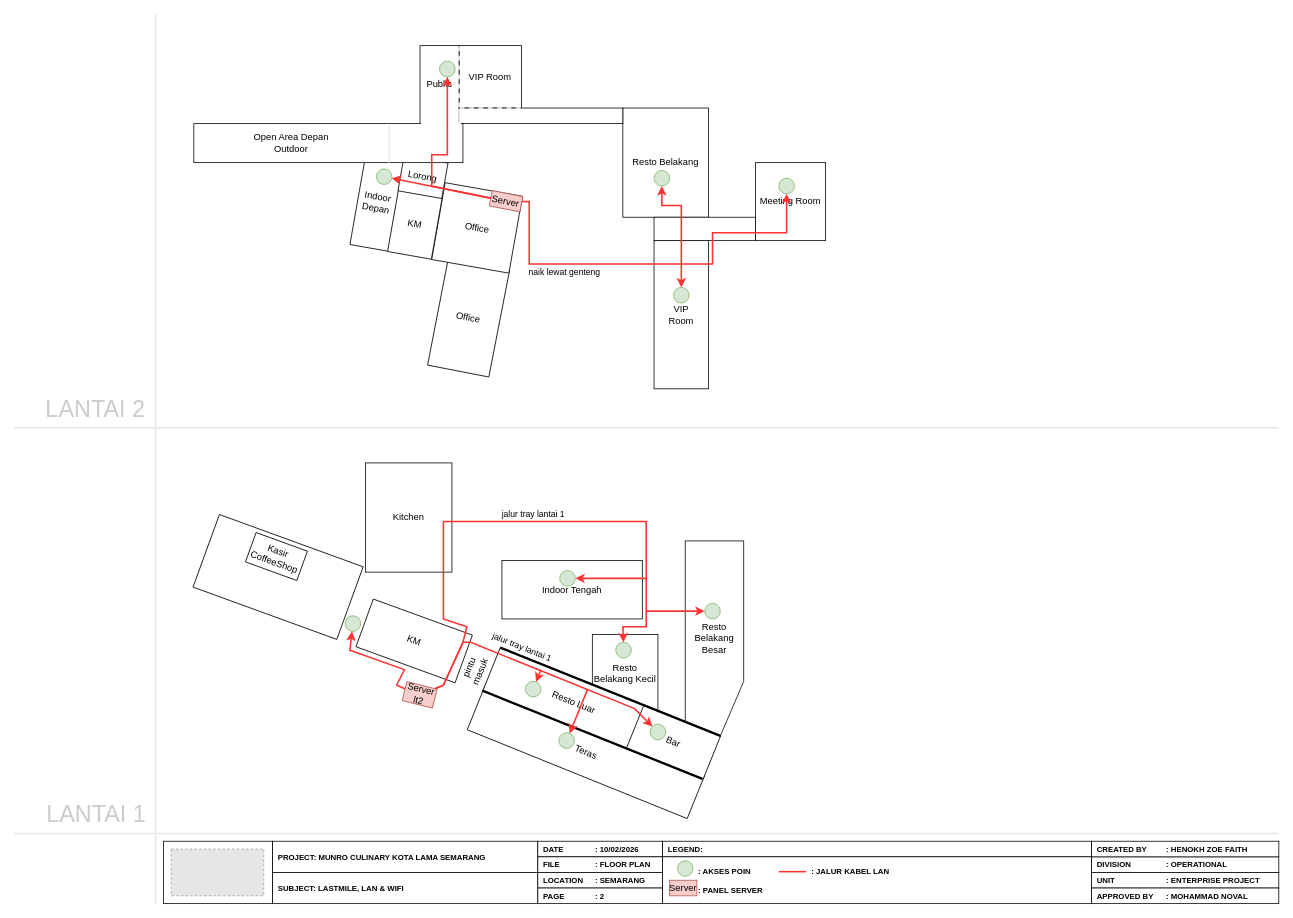
Before: page "FloorPlan" (2 of 2) of Plnnning AP Munro Culinary.drawio in hnkzf/topologi-site, a draw.io diagram. Source tidied: cells renumbered, new cells numbered last; positions are measured from the earlier drawing's top-left corner, leaving out a move shared by most shapes. Both pictures are drawn from the tidied source at 78%, with x=0, y=0 at pixel (14, 14). Pictures stored in the file or linked from it are replaced by grey dashed boxes.
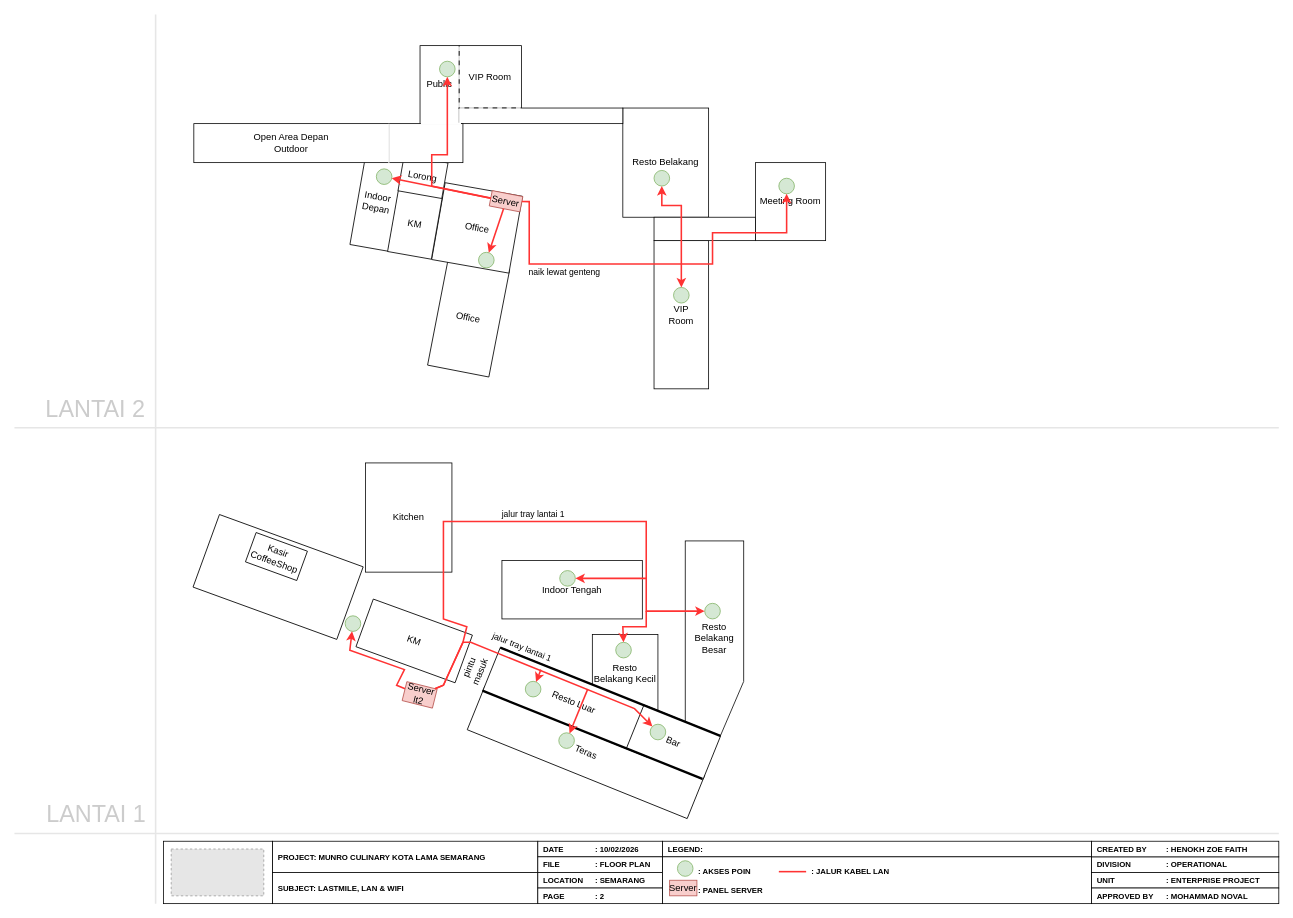
After the change.

Unchanged cells that the change refers to:
```xml
<mxCell id="57" value="Server" style="rounded=0;whiteSpace=wrap;html=1;fillColor=#f8cecc;strokeColor=#b85450;rotation=11;" parent="1" vertex="1">
  <mxGeometry x="610.3" y="229.5" width="40" height="20" as="geometry" />
</mxCell>
```

What changed in the source:
```diff
@@
+    <mxCell id="90" style="ellipse;whiteSpace=wrap;html=1;fillColor=#d5e8d4;strokeColor=#82b366;" parent="1" vertex="1">
+      <mxGeometry x="595" y="305" width="20" height="20" as="geometry" />
+    </mxCell>
+    <mxCell id="91" style="endArrow=classic;html=1;rounded=0;strokeWidth=2;strokeColor=#FF3333;" parent="1" edge="1" source="57" target="90">
+      <mxGeometry relative="1" as="geometry" />
+    </mxCell>
```
